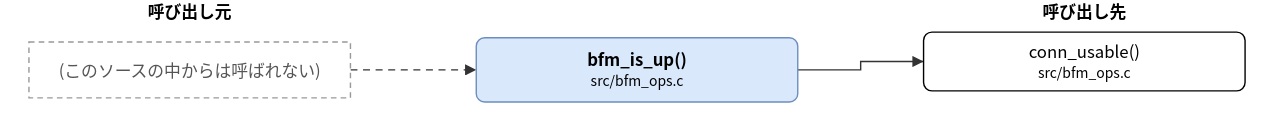
This is doc/spec/images/call_src_bfm_ops-bfm_is_up.drawio.svg from hf355051012-ai/bfmem, a draw.io export, as it was before one commit. Source tidied: cells renumbered, new cells last; positions are measured from the earlier drawing's top-left corner, leaving out a move shared by most shapes.
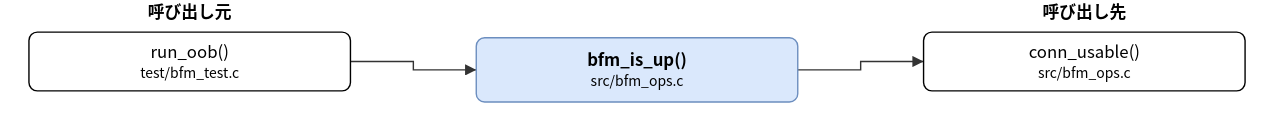
After the change.

What changed in the source:
```diff
@@ -5,22 +5,27 @@
     <mxCell id="2" value="bfm_is_up()&lt;br&gt;&lt;font style=&quot;font-size:10px&quot;&gt;src/bfm_ops.c&lt;/font&gt;" style="rounded=1;whiteSpace=wrap;html=1;fillColor=#dae8fc;strokeColor=#6c8ebf;fontStyle=1;" parent="1" vertex="1">
       <mxGeometry x="320" y="27" width="230" height="46" as="geometry" />
     </mxCell>
+    <mxCell id="4" value="run_oob()&lt;br&gt;&lt;font style=&quot;font-size:10px&quot;&gt;test/bfm_test.c&lt;/font&gt;" style="rounded=1;whiteSpace=wrap;html=1;" parent="1" vertex="1">
+      <mxGeometry y="23" width="230" height="42" as="geometry" />
+    </mxCell>
     <mxCell id="3" value="conn_usable()&lt;br&gt;&lt;font style=&quot;font-size:10px&quot;&gt;src/bfm_ops.c&lt;/font&gt;" style="rounded=1;whiteSpace=wrap;html=1;" parent="1" vertex="1">
       <mxGeometry x="640" y="23" width="230" height="42" as="geometry" />
     </mxCell>
-    <mxCell id="4" value="(このソースの中からは呼ばれない)" style="rounded=0;whiteSpace=wrap;html=1;dashed=1;strokeColor=#999999;fontColor=#555555;dashed=1;" parent="1" vertex="1">
-      <mxGeometry y="30" width="230" height="40" as="geometry" />
-    </mxCell>
-    <mxCell id="5" style="edgeStyle=none;html=1;rounded=0;endArrow=block;endFill=1;exitX=1.0000;exitY=0.5000;exitDx=0;exitDy=0;exitPerimeter=0;entryX=0.0000;entryY=0.5000;entryDx=0;entryDy=0;entryPerimeter=0;" parent="1" edge="1" source="2" target="3">
+    <mxCell id="5" style="edgeStyle=none;html=1;rounded=0;endArrow=block;endFill=1;exitX=1.0000;exitY=0.5000;exitDx=0;exitDy=0;exitPerimeter=0;entryX=0.0000;entryY=0.5000;entryDx=0;entryDy=0;entryPerimeter=0;" parent="1" edge="1" source="4" target="2">
       <mxGeometry relative="1" as="geometry">
         <Array as="points">
-          <mxPoint x="595" y="50" />
-          <mxPoint x="595" y="44" />
+          <mxPoint x="275" y="44" />
+          <mxPoint x="275" y="50" />
         </Array>
       </mxGeometry>
     </mxCell>
-    <mxCell id="6" style="edgeStyle=none;html=1;rounded=0;endArrow=block;endFill=1;exitX=1.0000;exitY=0.5000;exitDx=0;exitDy=0;exitPerimeter=0;entryX=0.0000;entryY=0.5000;entryDx=0;entryDy=0;entryPerimeter=0;dashed=1;" parent="1" edge="1" source="4" target="2">
-      <mxGeometry relative="1" as="geometry" />
+    <mxCell id="6" style="edgeStyle=none;html=1;rounded=0;endArrow=block;endFill=1;exitX=1.0000;exitY=0.5000;exitDx=0;exitDy=0;exitPerimeter=0;entryX=0.0000;entryY=0.5000;entryDx=0;entryDy=0;entryPerimeter=0;" parent="1" edge="1" source="2" target="3">
+      <mxGeometry relative="1" as="geometry">
+        <Array as="points">
+          <mxPoint x="595" y="50" />
+          <mxPoint x="595" y="44" />
+        </Array>
+      </mxGeometry>
     </mxCell>
     <mxCell id="7" value="呼び出し元" style="text;html=1;align=center;fontStyle=1;" parent="1" vertex="1">
       <mxGeometry x="35" width="160" height="18" as="geometry" />
```
